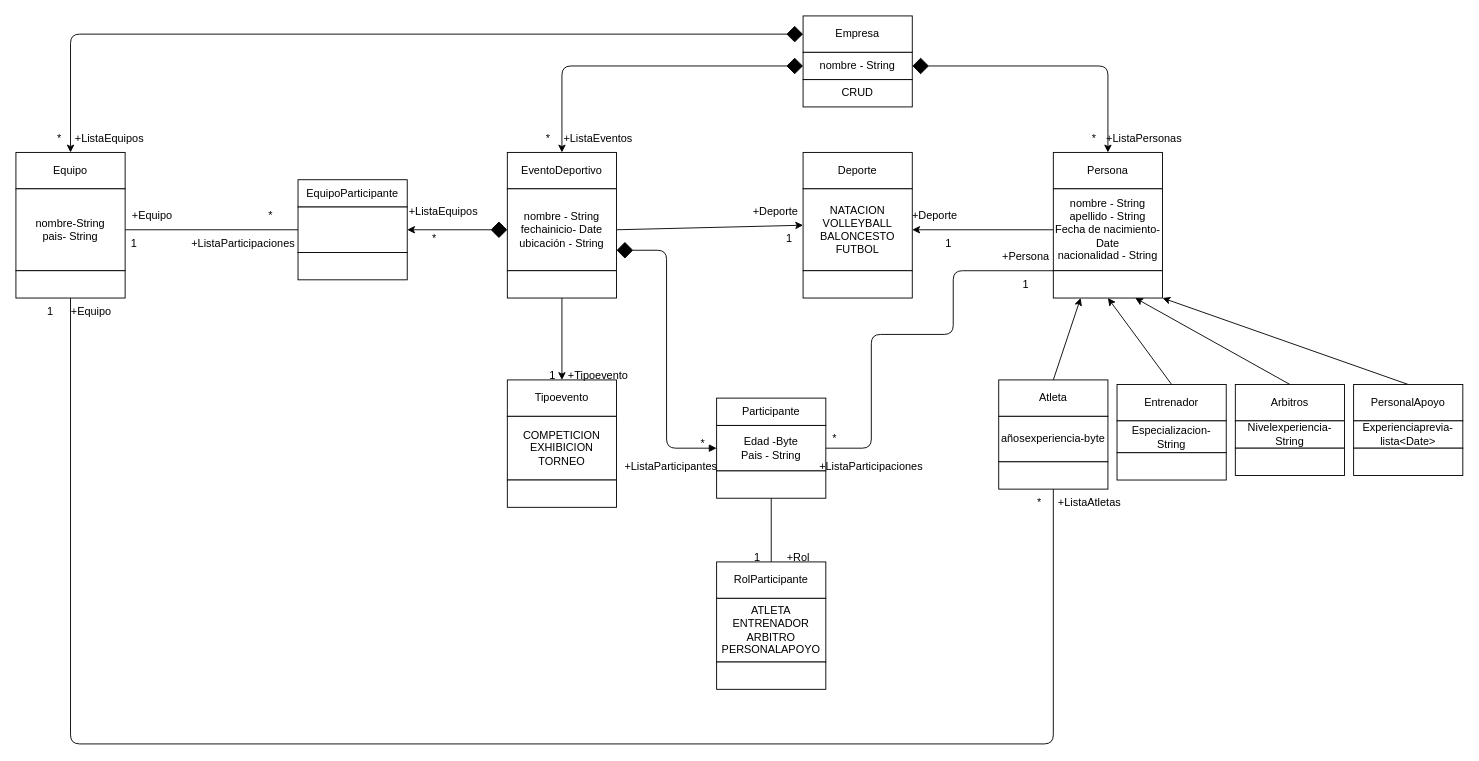
Before: diagrama de clases.dio in Juanda2312/Preparcial2, a draw.io diagram. Source tidied: cells renumbered, new cells numbered last; positions are measured from the earlier drawing's top-left corner, leaving out a move shared by most shapes. Both pictures are drawn from the tidied source at 91%, with x=0, y=0 at pixel (15, 15).
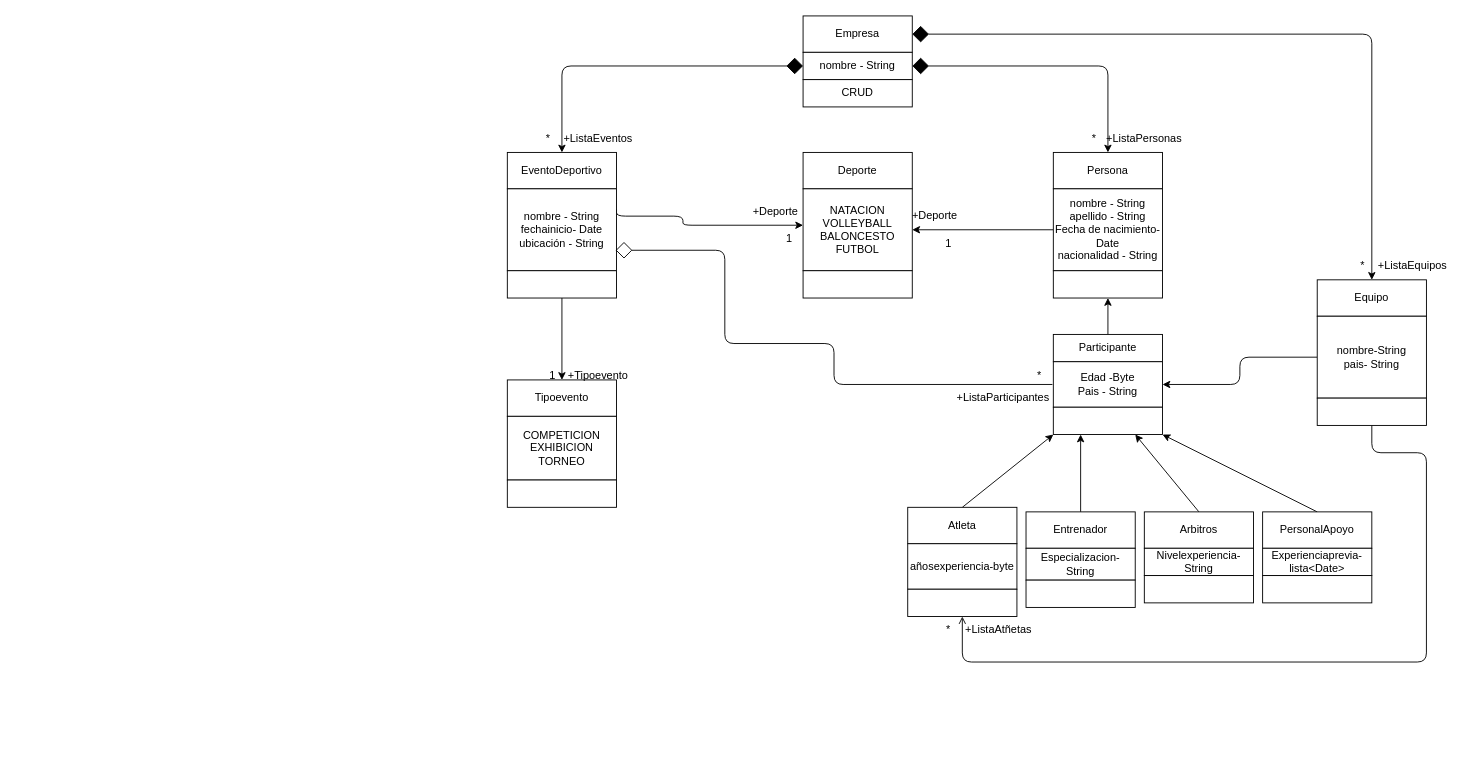
The same page after the edit.

Unchanged cells that the change refers to:
```xml
<mxCell id="3" value="Empresa" style="whiteSpace=wrap;html=1;" parent="1" vertex="1">
  <mxGeometry x="865" width="120" height="40" as="geometry" />
</mxCell>
<mxCell id="10" value="nombre - String&lt;br&gt;fechainicio- Date&lt;br&gt;ubicación - String&lt;br&gt;" style="whiteSpace=wrap;html=1;" parent="1" vertex="1">
  <mxGeometry x="540" y="190" width="120" height="90" as="geometry" />
</mxCell>
<mxCell id="21" value="nombre - String&lt;br&gt;apellido - String&lt;br&gt;Fecha de nacimiento- Date&lt;br&gt;nacionalidad - String" style="whiteSpace=wrap;html=1;" parent="1" vertex="1">
  <mxGeometry x="1140" y="190" width="120" height="90" as="geometry" />
</mxCell>
<mxCell id="22" style="whiteSpace=wrap;html=1;" parent="1" vertex="1">
  <mxGeometry x="1140" y="280" width="120" height="30" as="geometry" />
</mxCell>
<mxCell id="27" value="+Deporte" style="text;strokeColor=none;align=center;fillColor=none;html=1;verticalAlign=middle;whiteSpace=wrap;rounded=0;" parent="1" vertex="1">
  <mxGeometry x="805" y="200" width="60" height="30" as="geometry" />
</mxCell>
```

Diff of the diagram source:
```diff
@@
-    <mxCell id="2" style="edgeStyle=orthogonalEdgeStyle;html=1;exitX=0;exitY=0.5;exitDx=0;exitDy=0;entryX=0.5;entryY=0;entryDx=0;entryDy=0;startArrow=diamond;startFill=1;endArrow=classic;endFill=1;startSize=16;endSize=6;" parent="1" edge="1" source="3" target="63">
+    <mxCell id="2" style="edgeStyle=orthogonalEdgeStyle;html=1;exitX=1;exitY=0.5;exitDx=0;exitDy=0;entryX=0.5;entryY=0;entryDx=0;entryDy=0;startArrow=diamond;startFill=1;endArrow=classic;endFill=1;startSize=16;endSize=6;" parent="1" edge="1" source="3" target="63">
       <mxGeometry relative="1" as="geometry" />
     </mxCell>
@@
-    <mxCell id="9" style="html=1;exitX=1;exitY=0.5;exitDx=0;exitDy=0;entryX=1;entryY=1;entryDx=0;entryDy=0;" parent="1" edge="1" source="10" target="27">
-      <mxGeometry relative="1" as="geometry" />
+    <mxCell id="9" style="html=1;exitX=1;exitY=0.25;exitDx=0;exitDy=0;entryX=1;entryY=1;entryDx=0;entryDy=0;edgeStyle=orthogonalEdgeStyle;" parent="1" edge="1" source="10" target="27">
+      <mxGeometry relative="1" as="geometry">
+        <Array as="points">
+          <mxPoint x="660" y="220" />
+          <mxPoint x="733" y="220" />
+          <mxPoint x="733" y="230" />
+        </Array>
+      </mxGeometry>
     </mxCell>
@@
-    <mxCell id="20" style="edgeStyle=orthogonalEdgeStyle;html=1;exitX=0;exitY=1;exitDx=0;exitDy=0;entryX=1;entryY=0.5;entryDx=0;entryDy=0;startArrow=none;startFill=0;endArrow=none;endFill=0;endSize=16;" parent="1" edge="1" source="21" target="49">
-      <mxGeometry relative="1" as="geometry">
-        <Array as="points">
-          <mxPoint x="1030" y="280" />
-          <mxPoint x="1030" y="350" />
-          <mxPoint x="940" y="350" />
-          <mxPoint x="940" y="475" />
-        </Array>
-      </mxGeometry>
-    </mxCell>
@@
-    <mxCell id="30" style="edgeStyle=none;html=1;exitX=0.5;exitY=0;exitDx=0;exitDy=0;entryX=0.75;entryY=1;entryDx=0;entryDy=0;" parent="1" edge="1" source="31" target="22">
+    <mxCell id="30" style="edgeStyle=none;html=1;exitX=0.5;exitY=0;exitDx=0;exitDy=0;entryX=0.75;entryY=1;entryDx=0;entryDy=0;" parent="1" edge="1" source="31" target="53">
       <mxGeometry relative="1" as="geometry" />
     </mxCell>
     <mxCell id="31" value="Arbitros" style="whiteSpace=wrap;html=1;" parent="1" vertex="1">
-      <mxGeometry x="1340" y="405" width="120" height="40" as="geometry" />
+      <mxGeometry x="1240" y="545" width="120" height="40" as="geometry" />
     </mxCell>
     <mxCell id="32" value="Nivelexperiencia-String" style="whiteSpace=wrap;html=1;" parent="1" vertex="1">
-      <mxGeometry x="1340" y="445" width="120" height="30" as="geometry" />
+      <mxGeometry x="1240" y="585" width="120" height="30" as="geometry" />
     </mxCell>
     <mxCell id="33" style="whiteSpace=wrap;html=1;" parent="1" vertex="1">
-      <mxGeometry x="1340" y="475" width="120" height="30" as="geometry" />
+      <mxGeometry x="1240" y="615" width="120" height="30" as="geometry" />
     </mxCell>
-    <mxCell id="34" style="edgeStyle=none;html=1;exitX=0.5;exitY=0;exitDx=0;exitDy=0;entryX=1;entryY=1;entryDx=0;entryDy=0;" parent="1" edge="1" source="35" target="22">
+    <mxCell id="34" style="edgeStyle=none;html=1;exitX=0.5;exitY=0;exitDx=0;exitDy=0;entryX=1;entryY=1;entryDx=0;entryDy=0;" parent="1" edge="1" source="35" target="53">
       <mxGeometry relative="1" as="geometry" />
     </mxCell>
     <mxCell id="35" value="PersonalApoyo" style="whiteSpace=wrap;html=1;" parent="1" vertex="1">
-      <mxGeometry x="1470" y="405" width="120" height="40" as="geometry" />
+      <mxGeometry x="1370" y="545" width="120" height="40" as="geometry" />
     </mxCell>
     <mxCell id="36" value="Experienciaprevia-lista&amp;lt;Date&amp;gt;" style="whiteSpace=wrap;html=1;" parent="1" vertex="1">
-      <mxGeometry x="1470" y="445" width="120" height="30" as="geometry" />
+      <mxGeometry x="1370" y="585" width="120" height="30" as="geometry" />
     </mxCell>
     <mxCell id="37" style="whiteSpace=wrap;html=1;" parent="1" vertex="1">
-      <mxGeometry x="1470" y="475" width="120" height="30" as="geometry" />
+      <mxGeometry x="1370" y="615" width="120" height="30" as="geometry" />
     </mxCell>
-    <mxCell id="38" style="edgeStyle=none;html=1;exitX=0.5;exitY=0;exitDx=0;exitDy=0;entryX=0.5;entryY=1;entryDx=0;entryDy=0;" parent="1" edge="1" source="39" target="22">
+    <mxCell id="38" style="edgeStyle=none;html=1;exitX=0.5;exitY=0;exitDx=0;exitDy=0;entryX=0.25;entryY=1;entryDx=0;entryDy=0;" parent="1" edge="1" source="39" target="53">
       <mxGeometry relative="1" as="geometry" />
     </mxCell>
     <mxCell id="39" value="Entrenador" style="whiteSpace=wrap;html=1;" parent="1" vertex="1">
-      <mxGeometry x="1210" y="405" width="120" height="40" as="geometry" />
+      <mxGeometry x="1110" y="545" width="120" height="40" as="geometry" />
     </mxCell>
     <mxCell id="40" value="Especializacion- String" style="whiteSpace=wrap;html=1;" parent="1" vertex="1">
-      <mxGeometry x="1210" y="445" width="120" height="35" as="geometry" />
+      <mxGeometry x="1110" y="585" width="120" height="35" as="geometry" />
     </mxCell>
     <mxCell id="41" style="whiteSpace=wrap;html=1;" parent="1" vertex="1">
-      <mxGeometry x="1210" y="480" width="120" height="30" as="geometry" />
+      <mxGeometry x="1110" y="620" width="120" height="30" as="geometry" />
     </mxCell>
-    <mxCell id="42" style="edgeStyle=none;html=1;exitX=0.5;exitY=0;exitDx=0;exitDy=0;entryX=0.25;entryY=1;entryDx=0;entryDy=0;" parent="1" edge="1" source="43" target="22">
+    <mxCell id="42" style="edgeStyle=none;html=1;exitX=0.5;exitY=0;exitDx=0;exitDy=0;entryX=0;entryY=1;entryDx=0;entryDy=0;" parent="1" edge="1" source="43" target="53">
       <mxGeometry relative="1" as="geometry" />
     </mxCell>
     <mxCell id="43" value="Atleta" style="whiteSpace=wrap;html=1;" parent="1" vertex="1">
-      <mxGeometry x="1080" y="400" width="120" height="40" as="geometry" />
+      <mxGeometry x="980" y="540" width="120" height="40" as="geometry" />
     </mxCell>
     <mxCell id="44" value="añosexperiencia-byte" style="whiteSpace=wrap;html=1;" parent="1" vertex="1">
-      <mxGeometry x="1080" y="440" width="120" height="50" as="geometry" />
+      <mxGeometry x="980" y="580" width="120" height="50" as="geometry" />
     </mxCell>
-    <mxCell id="45" style="edgeStyle=orthogonalEdgeStyle;html=1;exitX=0.5;exitY=1;exitDx=0;exitDy=0;entryX=0.5;entryY=1;entryDx=0;entryDy=0;startArrow=none;startFill=0;endArrow=none;endFill=0;endSize=16;" parent="1" edge="1" source="46" target="66">
+    <mxCell id="45" style="edgeStyle=orthogonalEdgeStyle;html=1;exitX=0.5;exitY=1;exitDx=0;exitDy=0;entryX=0.5;entryY=1;entryDx=0;entryDy=0;endArrow=none;endFill=0;startArrow=open;startFill=0;" parent="1" edge="1" source="46" target="66">
       <mxGeometry relative="1" as="geometry">
         <Array as="points">
-          <mxPoint x="1140" y="800" />
-          <mxPoint x="60" y="800" />
+          <mxPoint x="1040" y="710" />
+          <mxPoint x="1550" y="710" />
+          <mxPoint x="1550" y="480" />
+          <mxPoint x="1490" y="480" />
         </Array>
       </mxGeometry>
     </mxCell>
     <mxCell id="46" style="whiteSpace=wrap;html=1;" parent="1" vertex="1">
-      <mxGeometry x="1080" y="490" width="120" height="30" as="geometry" />
+      <mxGeometry x="980" y="630" width="120" height="30" as="geometry" />
     </mxCell>
+    <mxCell id="87" style="edgeStyle=none;html=1;exitX=0.5;exitY=0;exitDx=0;exitDy=0;entryX=0.5;entryY=1;entryDx=0;entryDy=0;" parent="1" edge="1" source="47" target="22">
+      <mxGeometry relative="1" as="geometry" />
+    </mxCell>
     <mxCell id="47" value="Participante" style="whiteSpace=wrap;html=1;" parent="1" vertex="1">
-      <mxGeometry x="770" y="420" width="120" height="30" as="geometry" />
+      <mxGeometry x="1140" y="350" width="120" height="30" as="geometry" />
     </mxCell>
-    <mxCell id="48" style="edgeStyle=orthogonalEdgeStyle;html=1;exitX=0;exitY=0.5;exitDx=0;exitDy=0;entryX=1;entryY=0.75;entryDx=0;entryDy=0;endArrow=diamond;endFill=1;startArrow=block;startFill=1;endSize=16;" parent="1" edge="1" source="49" target="10">
-      <mxGeometry relative="1" as="geometry" />
-    </mxCell>
+    <mxCell id="88" style="edgeStyle=orthogonalEdgeStyle;html=1;exitX=0;exitY=0.5;exitDx=0;exitDy=0;entryX=1;entryY=0.75;entryDx=0;entryDy=0;endArrow=diamond;endFill=0;startSize=6;endSize=16;" parent="1" edge="1">
+      <mxGeometry relative="1" as="geometry">
+        <mxPoint x="1139" y="405" as="sourcePoint" />
+        <mxPoint x="659" y="257.5" as="targetPoint" />
+        <Array as="points">
+          <mxPoint x="899" y="405" />
+          <mxPoint x="899" y="360" />
+          <mxPoint x="779" y="360" />
+          <mxPoint x="779" y="258" />
+        </Array>
+      </mxGeometry>
+    </mxCell>
     <mxCell id="49" value="Edad -Byte&lt;br&gt;Pais - String" style="whiteSpace=wrap;html=1;" parent="1" vertex="1">
-      <mxGeometry x="770" y="450" width="120" height="50" as="geometry" />
+      <mxGeometry x="1140" y="380" width="120" height="50" as="geometry" />
     </mxCell>
-    <mxCell id="50" value="*" style="text;strokeColor=none;align=center;fillColor=none;html=1;verticalAlign=middle;whiteSpace=wrap;rounded=0;" parent="1" vertex="1">
-      <mxGeometry x="725" y="455" width="60" height="30" as="geometry" />
-    </mxCell>
-    <mxCell id="51" value="+ListaParticipantes" style="text;strokeColor=none;align=center;fillColor=none;html=1;verticalAlign=middle;whiteSpace=wrap;rounded=0;" parent="1" vertex="1">
-      <mxGeometry x="690" y="480" width="60" height="30" as="geometry" />
-    </mxCell>
-    <mxCell id="52" style="edgeStyle=orthogonalEdgeStyle;html=1;exitX=0.5;exitY=1;exitDx=0;exitDy=0;entryX=0.5;entryY=0;entryDx=0;entryDy=0;startArrow=none;startFill=0;endArrow=none;endFill=0;endSize=16;" parent="1" edge="1" source="53" target="58">
-      <mxGeometry relative="1" as="geometry" />
-    </mxCell>
     <mxCell id="53" style="whiteSpace=wrap;html=1;" parent="1" vertex="1">
-      <mxGeometry x="770" y="500" width="120" height="30" as="geometry" />
+      <mxGeometry x="1140" y="430" width="120" height="30" as="geometry" />
     </mxCell>
-    <mxCell id="54" value="*" style="text;strokeColor=none;align=center;fillColor=none;html=1;verticalAlign=middle;whiteSpace=wrap;rounded=0;" parent="1" vertex="1">
-      <mxGeometry x="870" y="450" width="60" height="30" as="geometry" />
-    </mxCell>
-    <mxCell id="55" value="+ListaParticipaciones" style="text;strokeColor=none;align=center;fillColor=none;html=1;verticalAlign=middle;whiteSpace=wrap;rounded=0;" parent="1" vertex="1">
-      <mxGeometry x="910" y="480" width="60" height="30" as="geometry" />
-    </mxCell>
-    <mxCell id="56" value="1" style="text;strokeColor=none;align=center;fillColor=none;html=1;verticalAlign=middle;whiteSpace=wrap;rounded=0;" parent="1" vertex="1">
-      <mxGeometry x="1080" y="280" width="60" height="30" as="geometry" />
-    </mxCell>
-    <mxCell id="57" value="+Persona" style="text;strokeColor=none;align=center;fillColor=none;html=1;verticalAlign=middle;whiteSpace=wrap;rounded=0;" parent="1" vertex="1">
-      <mxGeometry x="1080" y="250" width="60" height="30" as="geometry" />
-    </mxCell>
-    <mxCell id="58" value="RolParticipante" style="whiteSpace=wrap;html=1;" parent="1" vertex="1">
-      <mxGeometry x="770" y="600" width="120" height="40" as="geometry" />
-    </mxCell>
-    <mxCell id="59" value="ATLETA&lt;br&gt;ENTRENADOR&lt;br&gt;ARBITRO&lt;br&gt;PERSONALAPOYO" style="whiteSpace=wrap;html=1;" parent="1" vertex="1">
-      <mxGeometry x="770" y="640" width="120" height="70" as="geometry" />
-    </mxCell>
-    <mxCell id="60" style="whiteSpace=wrap;html=1;" parent="1" vertex="1">
-      <mxGeometry x="770" y="710" width="120" height="30" as="geometry" />
-    </mxCell>
-    <mxCell id="61" value="1" style="text;strokeColor=none;align=center;fillColor=none;html=1;verticalAlign=middle;whiteSpace=wrap;rounded=0;" parent="1" vertex="1">
-      <mxGeometry x="785" y="580" width="60" height="30" as="geometry" />
-    </mxCell>
-    <mxCell id="62" value="+Rol" style="text;strokeColor=none;align=center;fillColor=none;html=1;verticalAlign=middle;whiteSpace=wrap;rounded=0;" parent="1" vertex="1">
-      <mxGeometry x="830" y="580" width="60" height="30" as="geometry" />
-    </mxCell>
     <mxCell id="63" value="Equipo" style="whiteSpace=wrap;html=1;" parent="1" vertex="1">
-      <mxGeometry y="150" width="120" height="40" as="geometry" />
+      <mxGeometry x="1430" y="290" width="120" height="40" as="geometry" />
     </mxCell>
-    <mxCell id="64" style="edgeStyle=none;html=1;exitX=1;exitY=0.5;exitDx=0;exitDy=0;startArrow=none;startFill=0;endArrow=none;endFill=0;endSize=16;entryX=0;entryY=0.5;entryDx=0;entryDy=0;" parent="1" edge="1" source="65" target="73">
-      <mxGeometry relative="1" as="geometry" />
-    </mxCell>
+    <mxCell id="89" style="edgeStyle=orthogonalEdgeStyle;html=1;exitX=0;exitY=0.5;exitDx=0;exitDy=0;entryX=1;entryY=0.5;entryDx=0;entryDy=0;" parent="1" edge="1" source="65" target="49">
+      <mxGeometry relative="1" as="geometry" />
+    </mxCell>
     <mxCell id="65" value="nombre-String&lt;br&gt;pais- String" style="whiteSpace=wrap;html=1;" parent="1" vertex="1">
-      <mxGeometry y="190" width="120" height="90" as="geometry" />
+      <mxGeometry x="1430" y="330" width="120" height="90" as="geometry" />
     </mxCell>
     <mxCell id="66" style="whiteSpace=wrap;html=1;" parent="1" vertex="1">
-      <mxGeometry y="280" width="120" height="30" as="geometry" />
+      <mxGeometry x="1430" y="420" width="120" height="30" as="geometry" />
     </mxCell>
-    <mxCell id="67" value="1" style="text;strokeColor=none;align=center;fillColor=none;html=1;verticalAlign=middle;whiteSpace=wrap;rounded=0;" parent="1" vertex="1">
-      <mxGeometry x="7.5" y="310" width="60" height="30" as="geometry" />
-    </mxCell>
-    <mxCell id="68" value="+Equipo" style="text;strokeColor=none;align=center;fillColor=none;html=1;verticalAlign=middle;whiteSpace=wrap;rounded=0;" parent="1" vertex="1">
-      <mxGeometry x="52.5" y="310" width="60" height="30" as="geometry" />
-    </mxCell>
-    <mxCell id="69" value="*" style="text;strokeColor=none;align=center;fillColor=none;html=1;verticalAlign=middle;whiteSpace=wrap;rounded=0;" parent="1" vertex="1">
-      <mxGeometry x="1095" y="520" width="60" height="30" as="geometry" />
-    </mxCell>
-    <mxCell id="70" value="+ListaAtletas" style="text;strokeColor=none;align=center;fillColor=none;html=1;verticalAlign=middle;whiteSpace=wrap;rounded=0;" parent="1" vertex="1">
-      <mxGeometry x="1150" y="520" width="60" height="30" as="geometry" />
-    </mxCell>
-    <mxCell id="71" value="EquipoParticipante" style="whiteSpace=wrap;html=1;" parent="1" vertex="1">
-      <mxGeometry x="310" y="180" width="120" height="30" as="geometry" />
-    </mxCell>
-    <mxCell id="72" style="html=1;exitX=1;exitY=0.5;exitDx=0;exitDy=0;entryX=0;entryY=0.5;entryDx=0;entryDy=0;startArrow=classic;startFill=1;endArrow=diamond;endFill=1;endSize=16;" parent="1" edge="1" source="73" target="10">
-      <mxGeometry relative="1" as="geometry" />
-    </mxCell>
-    <mxCell id="73" style="whiteSpace=wrap;html=1;" parent="1" vertex="1">
-      <mxGeometry x="310" y="210" width="120" height="50" as="geometry" />
-    </mxCell>
-    <mxCell id="74" style="whiteSpace=wrap;html=1;" parent="1" vertex="1">
-      <mxGeometry x="310" y="260" width="120" height="30" as="geometry" />
-    </mxCell>
-    <mxCell id="75" value="*" style="text;strokeColor=none;align=center;fillColor=none;html=1;verticalAlign=middle;whiteSpace=wrap;rounded=0;" parent="1" vertex="1">
-      <mxGeometry x="430" y="230" width="60" height="30" as="geometry" />
-    </mxCell>
-    <mxCell id="76" value="+ListaEquipos" style="text;strokeColor=none;align=center;fillColor=none;html=1;verticalAlign=middle;whiteSpace=wrap;rounded=0;" parent="1" vertex="1">
-      <mxGeometry x="440" y="200" width="60" height="30" as="geometry" />
-    </mxCell>
-    <mxCell id="77" value="1" style="text;strokeColor=none;align=center;fillColor=none;html=1;verticalAlign=middle;whiteSpace=wrap;rounded=0;" parent="1" vertex="1">
-      <mxGeometry x="100" y="235" width="60" height="30" as="geometry" />
-    </mxCell>
-    <mxCell id="78" value="+Equipo" style="text;strokeColor=none;align=center;fillColor=none;html=1;verticalAlign=middle;whiteSpace=wrap;rounded=0;" parent="1" vertex="1">
-      <mxGeometry x="120" y="205" width="60" height="30" as="geometry" />
-    </mxCell>
-    <mxCell id="79" value="*" style="text;strokeColor=none;align=center;fillColor=none;html=1;verticalAlign=middle;whiteSpace=wrap;rounded=0;" parent="1" vertex="1">
-      <mxGeometry x="250" y="205" width="60" height="30" as="geometry" />
-    </mxCell>
-    <mxCell id="80" value="+ListaParticipaciones" style="text;strokeColor=none;align=center;fillColor=none;html=1;verticalAlign=middle;whiteSpace=wrap;rounded=0;" parent="1" vertex="1">
-      <mxGeometry x="220" y="235" width="60" height="30" as="geometry" />
-    </mxCell>
@@
-    <mxCell id="85" value="*" style="text;strokeColor=none;align=center;fillColor=none;html=1;verticalAlign=middle;whiteSpace=wrap;rounded=0;" parent="1" vertex="1">
-      <mxGeometry x="18" y="120" width="60" height="30" as="geometry" />
-    </mxCell>
-    <mxCell id="86" value="+ListaEquipos" style="text;strokeColor=none;align=center;fillColor=none;html=1;verticalAlign=middle;whiteSpace=wrap;rounded=0;" parent="1" vertex="1">
-      <mxGeometry x="73" y="120" width="60" height="30" as="geometry" />
-    </mxCell>
+    <mxCell id="90" value="*" style="text;strokeColor=none;align=center;fillColor=none;html=1;verticalAlign=middle;whiteSpace=wrap;rounded=0;" parent="1" vertex="1">
+      <mxGeometry x="1450" y="260" width="60" height="30" as="geometry" />
+    </mxCell>
+    <mxCell id="91" value="+ListaEquipos" style="text;strokeColor=none;align=center;fillColor=none;html=1;verticalAlign=middle;whiteSpace=wrap;rounded=0;" parent="1" vertex="1">
+      <mxGeometry x="1505" y="260" width="60" height="30" as="geometry" />
+    </mxCell>
+    <mxCell id="92" value="*" style="text;strokeColor=none;align=center;fillColor=none;html=1;verticalAlign=middle;whiteSpace=wrap;rounded=0;" parent="1" vertex="1">
+      <mxGeometry x="1095" y="380" width="60" height="30" as="geometry" />
+    </mxCell>
+    <mxCell id="51" value="+ListaParticipantes" style="text;strokeColor=none;align=center;fillColor=none;html=1;verticalAlign=middle;whiteSpace=wrap;rounded=0;" parent="1" vertex="1">
+      <mxGeometry x="1055" y="405" width="60" height="30" as="geometry" />
+    </mxCell>
+    <mxCell id="93" value="*" style="text;strokeColor=none;align=center;fillColor=none;html=1;verticalAlign=middle;whiteSpace=wrap;rounded=0;" parent="1" vertex="1">
+      <mxGeometry x="995" y="660" width="60" height="30" as="geometry" />
+    </mxCell>
+    <mxCell id="94" value="+ListaAtñetas" style="text;strokeColor=none;align=center;fillColor=none;html=1;verticalAlign=middle;whiteSpace=wrap;rounded=0;" parent="1" vertex="1">
+      <mxGeometry x="1050" y="660" width="60" height="30" as="geometry" />
+    </mxCell>
```
